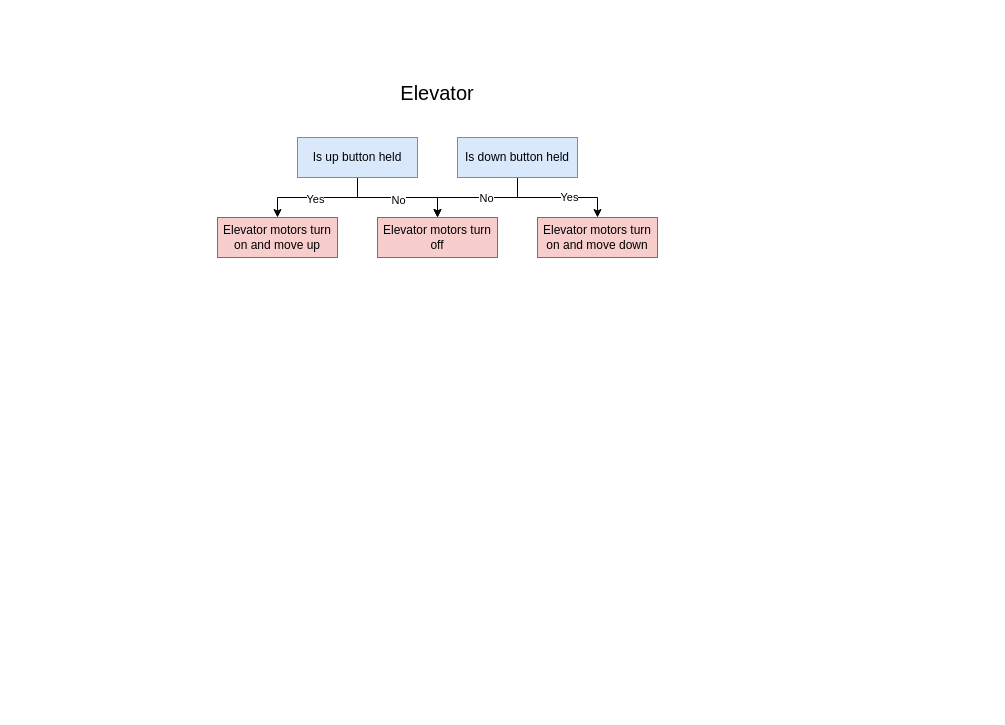
Earlier version of the draw.io diagram docs/Flowcharts/Elevator Diagram.drawio.xml (Trex4935/2025). Source tidied: cells renumbered, new cells numbered last; positions are measured from the earlier drawing's top-left corner, leaving out a move shared by most shapes. Both pictures are drawn from the tidied source at 100%, with x=0, y=0 at pixel (217, 77).
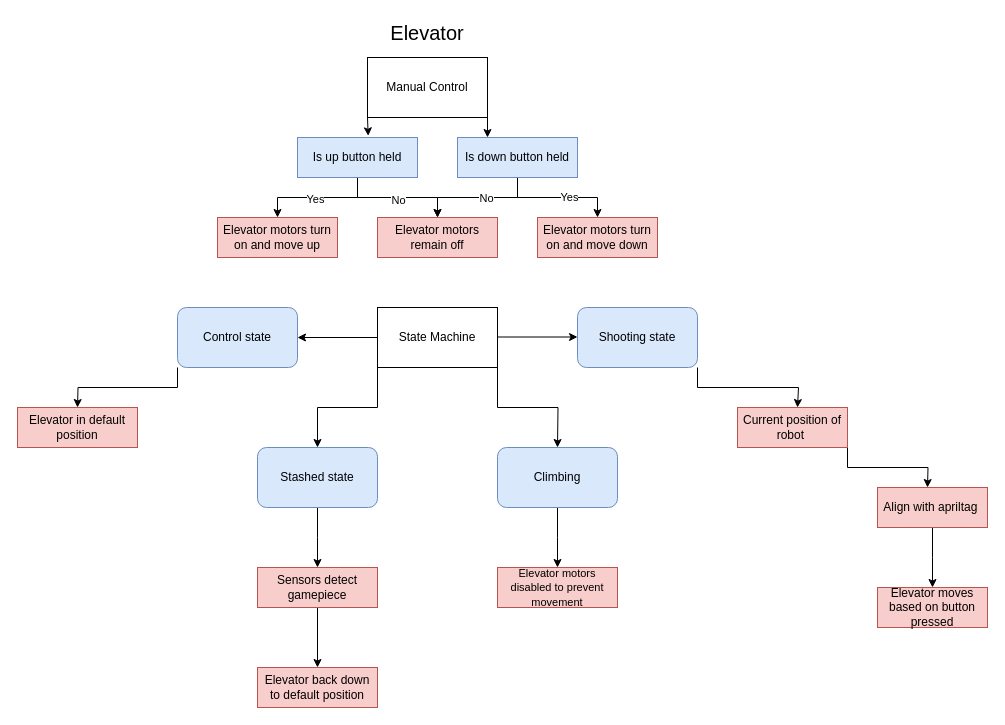
The same diagram, later.

Commit message:
added new elevator flowchart w changes

The change refers to these unchanged cells:
```xml
<mxCell id="6" value="Is up button held" style="rounded=0;whiteSpace=wrap;html=1;fillColor=#dae8fc;strokeColor=#6c8ebf;" parent="1" vertex="1">
  <mxGeometry x="80" y="60" width="120" height="40" as="geometry" />
</mxCell>
<mxCell id="14" value="Is down button held" style="rounded=0;whiteSpace=wrap;html=1;fillColor=#dae8fc;strokeColor=#6c8ebf;" parent="1" vertex="1">
  <mxGeometry x="240" y="60" width="120" height="40" as="geometry" />
</mxCell>
```

Diff of the diagram source:
```diff
@@
     <mxCell id="7" value="Elevator" style="text;html=1;align=center;verticalAlign=middle;whiteSpace=wrap;rounded=0;fontSize=20;" parent="1" vertex="1">
-      <mxGeometry x="170" width="100" height="30" as="geometry" />
+      <mxGeometry x="160" y="-60" width="100" height="30" as="geometry" />
     </mxCell>
@@
-    <mxCell id="9" value="Elevator motors turn off" style="rounded=0;whiteSpace=wrap;html=1;fillColor=#f8cecc;strokeColor=#b85450;" parent="1" vertex="1">
+    <mxCell id="9" value="Elevator motors remain off" style="rounded=0;whiteSpace=wrap;html=1;fillColor=#f8cecc;strokeColor=#b85450;" parent="1" vertex="1">
       <mxGeometry x="160" y="140" width="120" height="40" as="geometry" />
     </mxCell>
@@
+    <mxCell id="16" style="edgeStyle=orthogonalEdgeStyle;rounded=0;jettySize=auto;html=1;exitX=0;exitY=1;exitDx=0;exitDy=0;entryX=0.5;entryY=0;entryDx=0;entryDy=0;" parent="1" edge="1" source="18" target="34">
+      <mxGeometry relative="1" as="geometry" />
+    </mxCell>
+    <mxCell id="17" style="edgeStyle=orthogonalEdgeStyle;rounded=0;jettySize=auto;html=1;exitX=1;exitY=1;exitDx=0;exitDy=0;" parent="1" edge="1" source="18">
+      <mxGeometry relative="1" as="geometry">
+        <mxPoint x="340" y="370" as="targetPoint" />
+      </mxGeometry>
+    </mxCell>
+    <mxCell id="18" value="State Machine" style="rounded=0;whiteSpace=wrap;html=1;" parent="1" vertex="1">
+      <mxGeometry x="160" y="230" width="120" height="60" as="geometry" />
+    </mxCell>
+    <mxCell id="19" style="edgeStyle=orthogonalEdgeStyle;rounded=0;jettySize=auto;html=1;exitX=1;exitY=1;exitDx=0;exitDy=0;entryX=0.25;entryY=0;entryDx=0;entryDy=0;" parent="1" edge="1" source="20" target="14">
+      <mxGeometry relative="1" as="geometry" />
+    </mxCell>
+    <mxCell id="20" value="Manual Control" style="rounded=0;whiteSpace=wrap;html=1;" parent="1" vertex="1">
+      <mxGeometry x="150" y="-20" width="120" height="60" as="geometry" />
+    </mxCell>
+    <mxCell id="21" style="endArrow=classic;html=1;rounded=0;" parent="1" edge="1">
+      <mxGeometry relative="1" as="geometry">
+        <mxPoint x="160" y="260" as="sourcePoint" />
+        <mxPoint x="80" y="260" as="targetPoint" />
+      </mxGeometry>
+    </mxCell>
+    <mxCell id="22" style="edgeStyle=orthogonalEdgeStyle;rounded=0;jettySize=auto;html=1;exitX=0;exitY=1;exitDx=0;exitDy=0;" parent="1" edge="1" source="23">
+      <mxGeometry relative="1" as="geometry">
+        <mxPoint x="-140" y="330" as="targetPoint" />
+      </mxGeometry>
+    </mxCell>
+    <mxCell id="23" value="Control state" style="rounded=1;whiteSpace=wrap;html=1;strokeColor=#6c8ebf;fillColor=#dae8fc;" parent="1" vertex="1">
+      <mxGeometry x="-40" y="230" width="120" height="60" as="geometry" />
+    </mxCell>
+    <mxCell id="24" style="edgeStyle=orthogonalEdgeStyle;rounded=0;jettySize=auto;html=1;exitX=1;exitY=1;exitDx=0;exitDy=0;" parent="1" edge="1" source="25">
+      <mxGeometry relative="1" as="geometry">
+        <mxPoint x="580" y="330" as="targetPoint" />
+        <Array as="points">
+          <mxPoint x="480" y="310" />
+          <mxPoint x="581" y="310" />
+        </Array>
+      </mxGeometry>
+    </mxCell>
+    <mxCell id="25" value="Shooting state" style="rounded=1;whiteSpace=wrap;html=1;fillColor=#dae8fc;strokeColor=#6c8ebf;" parent="1" vertex="1">
+      <mxGeometry x="360" y="230" width="120" height="60" as="geometry" />
+    </mxCell>
+    <mxCell id="26" style="endArrow=classic;html=1;rounded=0;" parent="1" edge="1">
+      <mxGeometry relative="1" as="geometry">
+        <mxPoint x="280" y="259.5" as="sourcePoint" />
+        <mxPoint x="360" y="259.5" as="targetPoint" />
+      </mxGeometry>
+    </mxCell>
+    <mxCell id="27" style="edgeStyle=orthogonalEdgeStyle;rounded=0;jettySize=auto;html=1;exitX=1;exitY=1;exitDx=0;exitDy=0;" parent="1" edge="1" source="28">
+      <mxGeometry relative="1" as="geometry">
+        <mxPoint x="710" y="410" as="targetPoint" />
+      </mxGeometry>
+    </mxCell>
+    <mxCell id="28" value="Current position of robot&amp;nbsp;" style="rounded=0;whiteSpace=wrap;html=1;fillColor=#f8cecc;strokeColor=#b85450;" parent="1" vertex="1">
+      <mxGeometry x="520" y="330" width="110" height="40" as="geometry" />
+    </mxCell>
+    <mxCell id="29" value="&lt;font style=&quot;font-size: 11px;&quot;&gt;Elevator motors disabled to prevent movement&lt;/font&gt;" style="rounded=0;whiteSpace=wrap;html=1;fillColor=#f8cecc;strokeColor=#b85450;" parent="1" vertex="1">
+      <mxGeometry x="280" y="490" width="120" height="40" as="geometry" />
+    </mxCell>
+    <mxCell id="30" style="edgeStyle=orthogonalEdgeStyle;rounded=0;jettySize=auto;html=1;exitX=0.5;exitY=1;exitDx=0;exitDy=0;" parent="1" edge="1" source="31">
+      <mxGeometry relative="1" as="geometry">
+        <mxPoint x="715" y="510" as="targetPoint" />
+      </mxGeometry>
+    </mxCell>
+    <mxCell id="31" value="Align with apriltag&amp;nbsp;" style="rounded=0;whiteSpace=wrap;html=1;fillColor=#f8cecc;strokeColor=#b85450;" parent="1" vertex="1">
+      <mxGeometry x="660" y="410" width="110" height="40" as="geometry" />
+    </mxCell>
+    <mxCell id="32" value="Elevator moves based on button pressed" style="rounded=0;whiteSpace=wrap;html=1;fillColor=#f8cecc;strokeColor=#b85450;" parent="1" vertex="1">
+      <mxGeometry x="660" y="510" width="110" height="40" as="geometry" />
+    </mxCell>
+    <mxCell id="33" style="edgeStyle=orthogonalEdgeStyle;rounded=0;jettySize=auto;html=1;exitX=0.5;exitY=1;exitDx=0;exitDy=0;" parent="1" edge="1" source="34">
+      <mxGeometry relative="1" as="geometry">
+        <mxPoint x="100" y="490" as="targetPoint" />
+      </mxGeometry>
+    </mxCell>
+    <mxCell id="34" value="Stashed state" style="rounded=1;whiteSpace=wrap;html=1;fillColor=#dae8fc;strokeColor=#6c8ebf;" parent="1" vertex="1">
+      <mxGeometry x="40" y="370" width="120" height="60" as="geometry" />
+    </mxCell>
+    <mxCell id="35" value="Elevator in default position" style="rounded=0;whiteSpace=wrap;html=1;fillColor=#f8cecc;strokeColor=#b85450;" parent="1" vertex="1">
+      <mxGeometry x="-200" y="330" width="120" height="40" as="geometry" />
+    </mxCell>
+    <mxCell id="36" value="Elevator back down to default position" style="rounded=0;whiteSpace=wrap;html=1;fillColor=#f8cecc;strokeColor=#b85450;" parent="1" vertex="1">
+      <mxGeometry x="40" y="590" width="120" height="40" as="geometry" />
+    </mxCell>
+    <mxCell id="37" style="edgeStyle=orthogonalEdgeStyle;rounded=0;jettySize=auto;html=1;exitX=0.5;exitY=1;exitDx=0;exitDy=0;" parent="1" edge="1" source="38">
+      <mxGeometry relative="1" as="geometry">
+        <mxPoint x="340" y="490" as="targetPoint" />
+      </mxGeometry>
+    </mxCell>
+    <mxCell id="38" value="Climbing" style="rounded=1;whiteSpace=wrap;html=1;fillColor=#dae8fc;strokeColor=#6c8ebf;" parent="1" vertex="1">
+      <mxGeometry x="280" y="370" width="120" height="60" as="geometry" />
+    </mxCell>
+    <mxCell id="39" style="edgeStyle=orthogonalEdgeStyle;rounded=0;jettySize=auto;html=1;exitX=0.5;exitY=1;exitDx=0;exitDy=0;entryX=0.5;entryY=0;entryDx=0;entryDy=0;" parent="1" edge="1" source="40" target="36">
+      <mxGeometry relative="1" as="geometry" />
+    </mxCell>
+    <mxCell id="40" value="Sensors detect gamepiece" style="rounded=0;whiteSpace=wrap;html=1;fillColor=#f8cecc;strokeColor=#b85450;" parent="1" vertex="1">
+      <mxGeometry x="40" y="490" width="120" height="40" as="geometry" />
+    </mxCell>
+    <mxCell id="41" style="edgeStyle=orthogonalEdgeStyle;rounded=0;jettySize=auto;html=1;exitX=0;exitY=1;exitDx=0;exitDy=0;entryX=0.589;entryY=-0.042;entryDx=0;entryDy=0;entryPerimeter=0;" parent="1" edge="1" source="20" target="6">
+      <mxGeometry relative="1" as="geometry" />
+    </mxCell>
```
